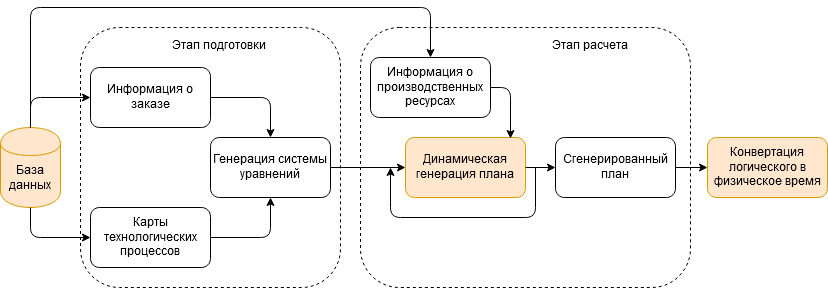
Before: pics/imcoreDataflow.png, a diagram exported from draw.io (BarneyXF/DiplodocusDeBulbasaur). Source tidied: cells renumbered, new cells last; positions are measured from the earlier drawing's top-left corner, leaving out a move shared by most shapes.
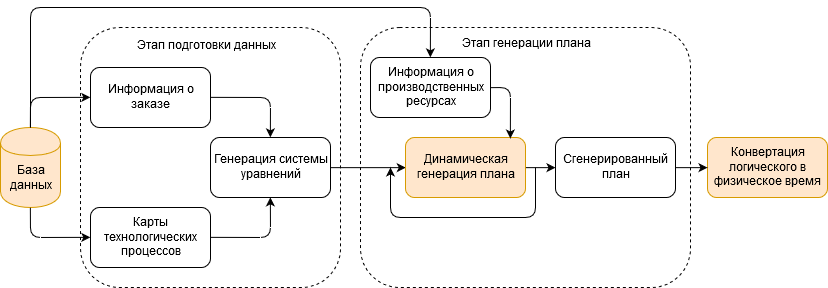
Above is the later version.

The edit, as a diff of the source:
```diff
@@ -31,8 +31,8 @@
         </Array>
       </mxGeometry>
     </mxCell>
-    <mxCell id="9" value="Этап подготовки" style="text;html=1;align=left;verticalAlign=top;spacingTop=-4;" parent="1" vertex="1">
-      <mxGeometry x="170" y="30" width="110" height="20" as="geometry" />
+    <mxCell id="9" value="&lt;font face=&quot;Helvetica&quot;&gt;Этап подготовки данных&lt;/font&gt;" style="text;html=1;align=left;verticalAlign=top;spacingTop=-4;" parent="1" vertex="1">
+      <mxGeometry x="135" y="30" width="150" height="20" as="geometry" />
     </mxCell>
     <mxCell id="10" value="База данных" style="shape=cylinder;whiteSpace=wrap;html=1;boundedLbl=1;backgroundOutline=1;fillColor=#ffe6cc;strokeColor=#d79b00;" parent="1" vertex="1">
       <mxGeometry y="120" width="60" height="80" as="geometry" />
@@ -66,8 +66,8 @@
     <mxCell id="15" value="Информация о производственных ресурсах" style="rounded=1;whiteSpace=wrap;html=1;" parent="1" vertex="1">
       <mxGeometry x="370" y="50" width="120" height="60" as="geometry" />
     </mxCell>
-    <mxCell id="16" value="Этап расчета" style="text;html=1;align=left;verticalAlign=top;spacingTop=-4;" parent="1" vertex="1">
-      <mxGeometry x="550" y="30" width="90" height="20" as="geometry" />
+    <mxCell id="16" value="Этап генерации плана" style="text;html=1;align=left;verticalAlign=top;spacingTop=-4;" parent="1" vertex="1">
+      <mxGeometry x="460" y="28" width="140" height="20" as="geometry" />
     </mxCell>
     <mxCell id="17" value="Динамическая генерация плана" style="rounded=1;whiteSpace=wrap;html=1;fillColor=#ffe6cc;strokeColor=#d79b00;" parent="1" vertex="1">
       <mxGeometry x="405" y="130" width="120" height="60" as="geometry" />
```
